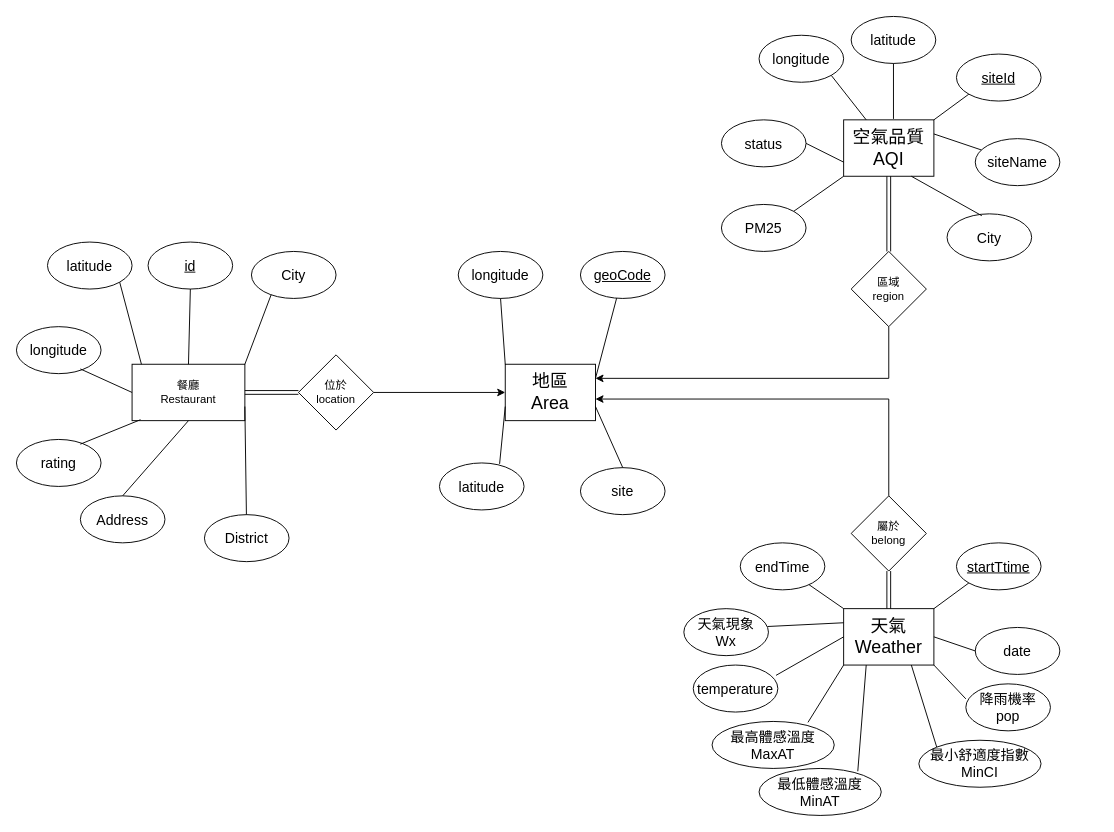
This is Untitled Diagram.drawio from WWW5911/Astria, a draw.io file, before an edit. Source tidied: cells renumbered, new cells numbered last; positions are measured from the earlier drawing's top-left corner, leaving out a move shared by most shapes. Both pictures are drawn from the tidied source at 94%, with x=0, y=0 at pixel (16, 16).
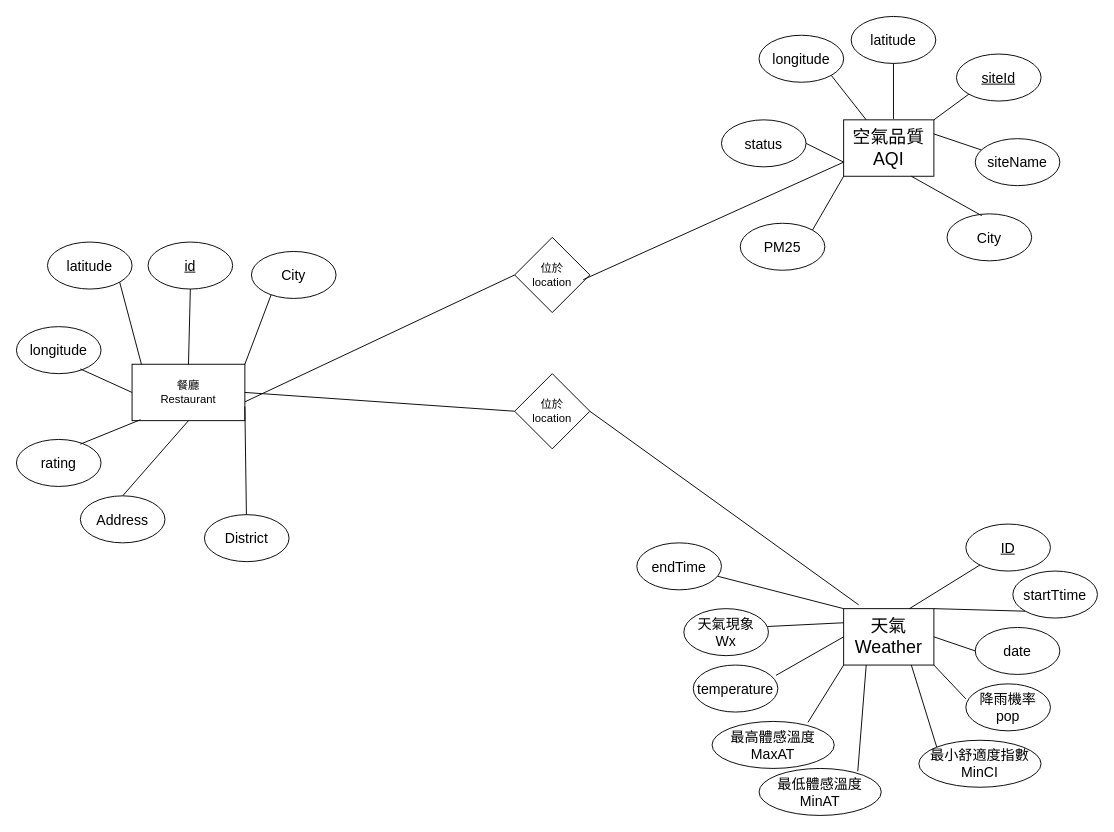
Above is the later version.

Unchanged cells that the change refers to:
```xml
<mxCell id="9" value="&lt;font style=&quot;font-size: 19px&quot;&gt;天氣&lt;br&gt;Weather&lt;br&gt;&lt;/font&gt;" style="rounded=0;whiteSpace=wrap;html=1;" parent="1" vertex="1">
  <mxGeometry x="880" y="630" width="96" height="60" as="geometry" />
</mxCell>
<mxCell id="33" value="餐廳&lt;br&gt;Restaurant" style="rounded=0;whiteSpace=wrap;html=1;" parent="1" vertex="1">
  <mxGeometry x="123" y="370" width="120" height="60" as="geometry" />
</mxCell>
<mxCell id="49" value="&lt;font style=&quot;font-size: 19px&quot;&gt;空氣品質&lt;br&gt;AQI&lt;br&gt;&lt;/font&gt;" style="rounded=0;whiteSpace=wrap;html=1;" parent="1" vertex="1">
  <mxGeometry x="880" y="110" width="96" height="60" as="geometry" />
</mxCell>
```

The edit, as a diff of the source:
```diff
@@
-    <mxCell id="2" value="&lt;font style=&quot;font-size: 19px&quot;&gt;地區&lt;br&gt;Area&lt;/font&gt;" style="rounded=0;whiteSpace=wrap;html=1;" parent="1" vertex="1">
-      <mxGeometry x="520" y="370" width="96" height="60" as="geometry" />
-    </mxCell>
-    <mxCell id="3" value="&lt;u&gt;&lt;font style=&quot;font-size: 15px&quot;&gt;geoCode&lt;/font&gt;&lt;/u&gt;" style="ellipse;whiteSpace=wrap;html=1;" parent="1" vertex="1">
-      <mxGeometry x="600" y="250" width="90" height="50" as="geometry" />
-    </mxCell>
-    <mxCell id="4" value="&lt;font style=&quot;font-size: 15px&quot;&gt;site&lt;/font&gt;" style="ellipse;whiteSpace=wrap;html=1;" parent="1" vertex="1">
-      <mxGeometry x="600" y="480" width="90" height="50" as="geometry" />
-    </mxCell>
-    <mxCell id="5" value="&lt;font style=&quot;font-size: 15px&quot;&gt;latitude&lt;/font&gt;" style="ellipse;whiteSpace=wrap;html=1;" parent="1" vertex="1">
-      <mxGeometry x="450" y="475" width="90" height="50" as="geometry" />
-    </mxCell>
-    <mxCell id="6" value="&lt;font style=&quot;font-size: 15px&quot;&gt;longitude&lt;/font&gt;" style="ellipse;whiteSpace=wrap;html=1;" parent="1" vertex="1">
-      <mxGeometry x="470" y="250" width="90" height="50" as="geometry" />
-    </mxCell>
-    <mxCell id="7" style="edgeStyle=orthogonalEdgeStyle;rounded=0;jettySize=auto;html=1;exitX=0.5;exitY=0;exitDx=0;exitDy=0;entryX=1;entryY=0.617;entryDx=0;entryDy=0;entryPerimeter=0;" parent="1" edge="1" source="8" target="2">
-      <mxGeometry relative="1" as="geometry" />
-    </mxCell>
-    <mxCell id="8" value="屬於&lt;br&gt;belong" style="rhombus;whiteSpace=wrap;html=1;" parent="1" vertex="1">
-      <mxGeometry x="888" y="510" width="80" height="80" as="geometry" />
-    </mxCell>
@@
-    <mxCell id="10" value="&lt;span style=&quot;font-size: 15px&quot;&gt;&lt;u&gt;startTtime&lt;/u&gt;&lt;/span&gt;" style="ellipse;whiteSpace=wrap;html=1;" parent="1" vertex="1">
-      <mxGeometry x="1000" y="560" width="90" height="50" as="geometry" />
+    <mxCell id="10" value="&lt;span style=&quot;font-size: 15px&quot;&gt;startTtime&lt;/span&gt;" style="ellipse;whiteSpace=wrap;html=1;" parent="1" vertex="1">
+      <mxGeometry x="1060" y="590" width="90" height="50" as="geometry" />
     </mxCell>
@@
     <mxCell id="12" value="&lt;font style=&quot;font-size: 15px&quot;&gt;endTime&lt;/font&gt;" style="ellipse;whiteSpace=wrap;html=1;" parent="1" vertex="1">
-      <mxGeometry x="770" y="560" width="90" height="50" as="geometry" />
+      <mxGeometry x="660" y="560" width="90" height="50" as="geometry" />
     </mxCell>
@@
-    <mxCell id="19" style="shape=link;html=1;exitX=0.5;exitY=0;exitDx=0;exitDy=0;" parent="1" edge="1" source="9">
-      <mxGeometry relative="1" as="geometry">
-        <mxPoint x="928" y="590" as="targetPoint" />
-      </mxGeometry>
-    </mxCell>
-    <mxCell id="20" style="endArrow=none;html=1;entryX=1;entryY=0;entryDx=0;entryDy=0;exitX=0;exitY=1;exitDx=0;exitDy=0;" parent="1" edge="1" source="10" target="9">
-      <mxGeometry relative="1" as="geometry" />
-    </mxCell>
@@
-    <mxCell id="23" style="endArrow=none;html=1;entryX=1;entryY=0.75;entryDx=0;entryDy=0;exitX=0.5;exitY=0;exitDx=0;exitDy=0;" parent="1" edge="1" source="4" target="2">
-      <mxGeometry relative="1" as="geometry" />
-    </mxCell>
@@
-    <mxCell id="30" style="endArrow=none;html=1;entryX=1;entryY=0.25;entryDx=0;entryDy=0;" parent="1" edge="1" source="3" target="2">
-      <mxGeometry relative="1" as="geometry" />
-    </mxCell>
-    <mxCell id="31" style="endArrow=none;html=1;entryX=0.5;entryY=1;entryDx=0;entryDy=0;exitX=0;exitY=0;exitDx=0;exitDy=0;" parent="1" edge="1" source="2" target="6">
-      <mxGeometry relative="1" as="geometry" />
-    </mxCell>
-    <mxCell id="32" style="endArrow=none;html=1;entryX=0.711;entryY=0.02;entryDx=0;entryDy=0;exitX=0;exitY=0.75;exitDx=0;exitDy=0;entryPerimeter=0;" parent="1" edge="1" source="2" target="5">
-      <mxGeometry relative="1" as="geometry" />
-    </mxCell>
@@
     <mxCell id="41" value="位於&lt;br&gt;location" style="rhombus;whiteSpace=wrap;html=1;" parent="1" vertex="1">
-      <mxGeometry x="300" y="360" width="80" height="80" as="geometry" />
+      <mxGeometry x="530" y="235" width="80" height="80" as="geometry" />
     </mxCell>
@@
     <mxCell id="56" value="&lt;font style=&quot;font-size: 15px&quot;&gt;PM25&lt;/font&gt;" style="ellipse;whiteSpace=wrap;html=1;" parent="1" vertex="1">
-      <mxGeometry x="750" y="200" width="90" height="50" as="geometry" />
+      <mxGeometry x="770" y="220" width="90" height="50" as="geometry" />
     </mxCell>
-    <mxCell id="57" style="edgeStyle=orthogonalEdgeStyle;rounded=0;jettySize=auto;html=1;exitX=0.5;exitY=1;exitDx=0;exitDy=0;entryX=1;entryY=0.25;entryDx=0;entryDy=0;" parent="1" edge="1" source="58" target="2">
-      <mxGeometry relative="1" as="geometry" />
-    </mxCell>
-    <mxCell id="58" value="區域&lt;br&gt;region" style="rhombus;whiteSpace=wrap;html=1;" parent="1" vertex="1">
-      <mxGeometry x="888" y="250" width="80" height="80" as="geometry" />
-    </mxCell>
-    <mxCell id="59" style="shape=link;html=1;" parent="1" edge="1">
-      <mxGeometry relative="1" as="geometry">
-        <mxPoint x="928" y="170" as="sourcePoint" />
-        <mxPoint x="928" y="250" as="targetPoint" />
-      </mxGeometry>
-    </mxCell>
@@
-    <mxCell id="67" style="shape=link;html=1;exitX=1;exitY=0.5;exitDx=0;exitDy=0;entryX=0;entryY=0.5;entryDx=0;entryDy=0;" parent="1" edge="1" source="33" target="41">
-      <mxGeometry relative="1" as="geometry" />
-    </mxCell>
-    <mxCell id="68" style="endArrow=classic;html=1;exitX=1;exitY=0.5;exitDx=0;exitDy=0;entryX=0;entryY=0.5;entryDx=0;entryDy=0;" parent="1" edge="1" source="41" target="2">
-      <mxGeometry relative="1" as="geometry" />
-    </mxCell>
+    <mxCell id="69" value="&lt;span style=&quot;font-size: 15px&quot;&gt;&lt;u&gt;ID&lt;/u&gt;&lt;/span&gt;" style="ellipse;whiteSpace=wrap;html=1;" parent="1" vertex="1">
+      <mxGeometry x="1010" y="540" width="90" height="50" as="geometry" />
+    </mxCell>
+    <mxCell id="70" style="endArrow=none;html=1;entryX=1;entryY=0;entryDx=0;entryDy=0;exitX=0;exitY=1;exitDx=0;exitDy=0;" parent="1" edge="1">
+      <mxGeometry relative="1" as="geometry">
+        <mxPoint x="1073.2" y="632.7" as="sourcePoint" />
+        <mxPoint x="976" y="630" as="targetPoint" />
+      </mxGeometry>
+    </mxCell>
+    <mxCell id="71" style="endArrow=none;html=1;entryX=1;entryY=0;entryDx=0;entryDy=0;" parent="1" edge="1" source="69">
+      <mxGeometry relative="1" as="geometry">
+        <mxPoint x="950" y="630" as="targetPoint" />
+      </mxGeometry>
+    </mxCell>
+    <mxCell id="72" value="位於&lt;br&gt;location" style="rhombus;whiteSpace=wrap;html=1;" parent="1" vertex="1">
+      <mxGeometry x="530" y="380" width="80" height="80" as="geometry" />
+    </mxCell>
+    <mxCell id="73" style="endArrow=none;html=1;exitX=0;exitY=0.5;exitDx=0;exitDy=0;" parent="1" edge="1" source="72">
+      <mxGeometry relative="1" as="geometry">
+        <mxPoint x="243" y="400" as="targetPoint" />
+      </mxGeometry>
+    </mxCell>
+    <mxCell id="74" style="endArrow=none;html=1;exitX=0;exitY=0.5;exitDx=0;exitDy=0;" parent="1" edge="1" source="41">
+      <mxGeometry relative="1" as="geometry">
+        <mxPoint x="243" y="410" as="targetPoint" />
+      </mxGeometry>
+    </mxCell>
+    <mxCell id="75" style="endArrow=none;html=1;exitX=0;exitY=0.75;exitDx=0;exitDy=0;" parent="1" edge="1" source="49">
+      <mxGeometry relative="1" as="geometry">
+        <mxPoint x="603" y="280" as="targetPoint" />
+      </mxGeometry>
+    </mxCell>
+    <mxCell id="76" style="endArrow=none;html=1;exitX=0.167;exitY=-0.067;exitDx=0;exitDy=0;exitPerimeter=0;" parent="1" edge="1" source="9">
+      <mxGeometry relative="1" as="geometry">
+        <mxPoint x="610" y="420" as="targetPoint" />
+      </mxGeometry>
+    </mxCell>
```
